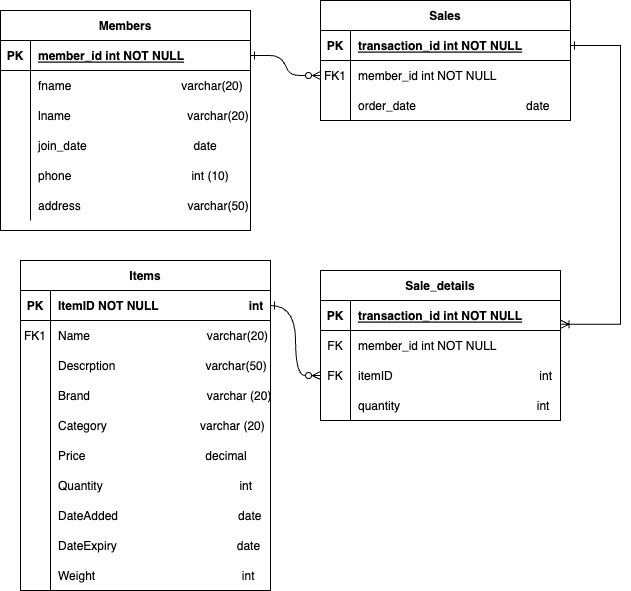
Earlier version of the draw.io export ERD.png (hannahmadelyn/MSP). Source tidied: cells renumbered, new cells last; positions are measured from the earlier drawing's top-left corner, leaving out a move shared by most shapes.
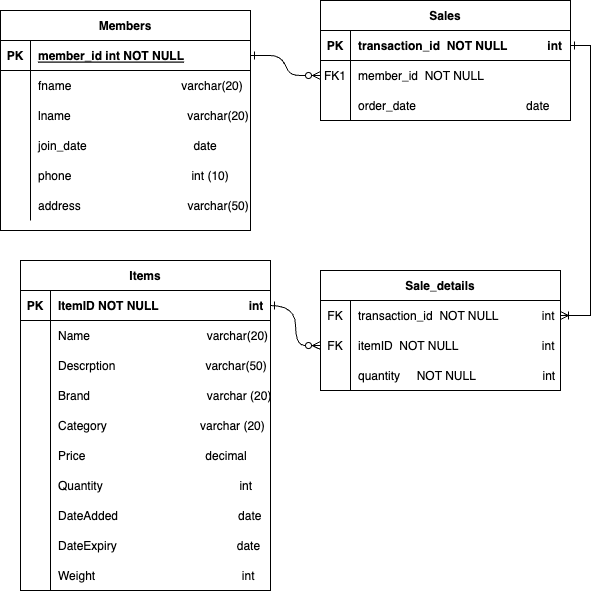
Later version of the same file.

Commit message:
Upload of Entity Relationship Diagram

diagrams.net file and PNG image version
Complete pending feedback from group

What changed in the source:
```diff
@@ -17,7 +17,7 @@
     <mxCell id="6" value="PK" style="shape=partialRectangle;overflow=hidden;fillColor=none;top=0;left=0;bottom=0;right=0;fontStyle=1;" parent="5" vertex="1">
       <mxGeometry width="30" height="30" as="geometry" />
     </mxCell>
-    <mxCell id="7" value="transaction_id int NOT NULL " style="shape=partialRectangle;overflow=hidden;fillColor=none;top=0;left=0;bottom=0;right=0;align=left;spacingLeft=6;fontStyle=5;" parent="5" vertex="1">
+    <mxCell id="7" value="transaction_id  NOT NULL            int" style="shape=partialRectangle;overflow=hidden;fillColor=none;top=0;left=0;bottom=0;right=0;align=left;spacingLeft=6;fontStyle=1;" parent="5" vertex="1">
       <mxGeometry x="30" width="220" height="30" as="geometry" />
     </mxCell>
     <mxCell id="8" style="shape=partialRectangle;fillColor=none;points=[[0,0.5],[1,0.5]];portConstraint=eastwest;top=0;left=0;right=0;bottom=0;" parent="4" vertex="1">
@@ -26,7 +26,7 @@
     <mxCell id="9" value="FK1" style="shape=partialRectangle;overflow=hidden;fillColor=none;top=0;left=0;bottom=0;right=0;" parent="8" vertex="1">
       <mxGeometry width="30" height="30" as="geometry" />
     </mxCell>
-    <mxCell id="10" value="member_id int NOT NULL" style="shape=partialRectangle;overflow=hidden;fillColor=none;top=0;left=0;bottom=0;right=0;align=left;spacingLeft=6;" parent="8" vertex="1">
+    <mxCell id="10" value="member_id  NOT NULL" style="shape=partialRectangle;overflow=hidden;fillColor=none;top=0;left=0;bottom=0;right=0;align=left;spacingLeft=6;" parent="8" vertex="1">
       <mxGeometry x="30" width="220" height="30" as="geometry" />
     </mxCell>
     <mxCell id="11" style="shape=partialRectangle;fillColor=none;top=0;left=0;right=0;bottom=0;" parent="4" vertex="1">
@@ -53,7 +53,7 @@
     <mxCell id="18" style="shape=partialRectangle;fillColor=none;top=0;left=0;right=0;bottom=0;" parent="14" vertex="1">
       <mxGeometry y="60" width="250" height="30" as="geometry" />
     </mxCell>
-    <mxCell id="19" value="FK1" style="shape=partialRectangle;overflow=hidden;fillColor=none;top=0;left=0;bottom=0;right=0;" parent="18" vertex="1">
+    <mxCell id="19" style="shape=partialRectangle;overflow=hidden;fillColor=none;top=0;left=0;bottom=0;right=0;" parent="18" vertex="1">
       <mxGeometry width="30" height="30" as="geometry" />
     </mxCell>
     <mxCell id="20" value="Name                                   varchar(20)" style="shape=partialRectangle;overflow=hidden;fillColor=none;top=0;left=0;bottom=0;right=0;align=left;spacingLeft=6;" parent="18" vertex="1">
@@ -189,45 +189,36 @@
       <mxGeometry x="30" width="220" height="30" as="geometry" />
     </mxCell>
     <mxCell id="64" value="Sale_details" style="shape=table;startSize=30;rowLines=0;fontStyle=1;align=center;" parent="1" vertex="1">
-      <mxGeometry x="320" y="270" width="240" height="150" as="geometry" />
+      <mxGeometry x="320" y="270" width="240" height="120" as="geometry" />
     </mxCell>
-    <mxCell id="65" style="shape=partialRectangle;fillColor=none;points=[[0,0.5],[1,0.5]];portConstraint=eastwest;top=0;left=0;right=0;bottom=1;" parent="64" vertex="1">
-      <mxGeometry y="30" width="240" height="30" as="geometry" />
-    </mxCell>
-    <mxCell id="66" value="PK" style="shape=partialRectangle;overflow=hidden;fillColor=none;top=0;left=0;bottom=0;right=0;fontStyle=1;" parent="65" vertex="1">
-      <mxGeometry width="30" height="30" as="geometry" />
-    </mxCell>
-    <mxCell id="67" value="transaction_id int NOT NULL " style="shape=partialRectangle;overflow=hidden;fillColor=none;top=0;left=0;bottom=0;right=0;align=left;spacingLeft=6;fontStyle=5;" parent="65" vertex="1">
-      <mxGeometry x="30" width="210" height="30" as="geometry" />
-    </mxCell>
-    <mxCell id="68" style="shape=partialRectangle;fillColor=none;top=0;left=0;right=0;bottom=0;" parent="64" vertex="1">
-      <mxGeometry y="60" width="240" height="30" as="geometry" />
-    </mxCell>
+    <mxCell id="78" style="shape=partialRectangle;fillColor=none;points=[[0,0.5],[1,0.5]];portConstraint=eastwest;top=0;left=0;right=0;bottom=0;" parent="64" vertex="1">
+      <mxGeometry y="30" width="240" height="30" as="geometry" />
+    </mxCell>
-    <mxCell id="69" value="FK" style="shape=partialRectangle;overflow=hidden;fillColor=none;top=0;left=0;bottom=0;right=0;" parent="68" vertex="1">
+    <mxCell id="69" value="FK" style="shape=partialRectangle;overflow=hidden;fillColor=none;top=0;left=0;bottom=0;right=0;" parent="78" vertex="1">
       <mxGeometry width="30" height="30" as="geometry" />
     </mxCell>
-    <mxCell id="70" value="member_id int NOT NULL" style="shape=partialRectangle;overflow=hidden;fillColor=none;top=0;left=0;bottom=0;right=0;align=left;spacingLeft=6;" parent="68" vertex="1">
-      <mxGeometry x="30" width="210" height="30" as="geometry" />
-    </mxCell>
+    <mxCell id="79" value="transaction_id  NOT NULL             int" style="shape=partialRectangle;overflow=hidden;fillColor=none;top=0;left=0;bottom=0;right=0;align=left;spacingLeft=6;" parent="78" vertex="1">
+      <mxGeometry x="30" width="210" height="30" as="geometry" />
+    </mxCell>
     <mxCell id="71" style="shape=partialRectangle;fillColor=none;points=[[0,0.5],[1,0.5]];portConstraint=eastwest;top=0;left=0;right=0;bottom=0;" parent="64" vertex="1">
-      <mxGeometry y="90" width="240" height="30" as="geometry" />
+      <mxGeometry y="60" width="240" height="30" as="geometry" />
     </mxCell>
     <mxCell id="72" value="FK" style="shape=partialRectangle;overflow=hidden;fillColor=none;top=0;left=0;bottom=0;right=0;" parent="71" vertex="1">
       <mxGeometry width="30" height="30" as="geometry" />
     </mxCell>
-    <mxCell id="73" value="itemID                                            int" style="shape=partialRectangle;overflow=hidden;fillColor=none;top=0;left=0;bottom=0;right=0;align=left;spacingLeft=6;" parent="71" vertex="1">
+    <mxCell id="73" value="itemID  NOT NULL                         int" style="shape=partialRectangle;overflow=hidden;fillColor=none;top=0;left=0;bottom=0;right=0;align=left;spacingLeft=6;" parent="71" vertex="1">
       <mxGeometry x="30" width="210" height="30" as="geometry" />
     </mxCell>
     <mxCell id="74" style="shape=partialRectangle;fillColor=none;top=0;left=0;right=0;bottom=0;" parent="64" vertex="1">
-      <mxGeometry y="120" width="240" height="30" as="geometry" />
+      <mxGeometry y="90" width="240" height="30" as="geometry" />
     </mxCell>
     <mxCell id="75" style="shape=partialRectangle;overflow=hidden;fillColor=none;top=0;left=0;bottom=0;right=0;" parent="74" vertex="1">
       <mxGeometry width="30" height="30" as="geometry" />
     </mxCell>
-    <mxCell id="76" value="quantity                                         int" style="shape=partialRectangle;overflow=hidden;fillColor=none;top=0;left=0;bottom=0;right=0;align=left;spacingLeft=6;" parent="74" vertex="1">
+    <mxCell id="76" value="quantity     NOT NULL                    int" style="shape=partialRectangle;overflow=hidden;fillColor=none;top=0;left=0;bottom=0;right=0;align=left;spacingLeft=6;" parent="74" vertex="1">
       <mxGeometry x="30" width="210" height="30" as="geometry" />
     </mxCell>
-    <mxCell id="77" style="rounded=0;jettySize=auto;html=1;exitX=1;exitY=0.5;exitDx=0;exitDy=0;entryX=1.002;entryY=0.792;entryDx=0;entryDy=0;entryPerimeter=0;endArrow=ERoneToMany;endFill=0;edgeStyle=orthogonalEdgeStyle;startArrow=ERone;startFill=0;" parent="1" edge="1" source="5" target="65">
+    <mxCell id="77" style="rounded=0;jettySize=auto;html=1;exitX=1;exitY=0.5;exitDx=0;exitDy=0;entryX=1.002;entryY=0.792;entryDx=0;entryDy=0;entryPerimeter=0;endArrow=ERoneToMany;endFill=0;edgeStyle=orthogonalEdgeStyle;startArrow=ERone;startFill=0;" parent="1" edge="1" source="5" target="x">
       <mxGeometry relative="1" as="geometry">
         <Array as="points">
           <mxPoint x="620" y="45" />
@@ -235,5 +226,8 @@
         </Array>
       </mxGeometry>
     </mxCell>
+    <mxCell id="80" style="edgeStyle=orthogonalEdgeStyle;rounded=0;jettySize=auto;html=1;exitX=1;exitY=0.5;exitDx=0;exitDy=0;entryX=1;entryY=0.5;entryDx=0;entryDy=0;startArrow=ERoneToMany;startFill=0;endArrow=ERone;endFill=0;" parent="1" edge="1" source="78" target="5">
+      <mxGeometry relative="1" as="geometry" />
+    </mxCell>
   </root>
 </mxGraphModel>
```
